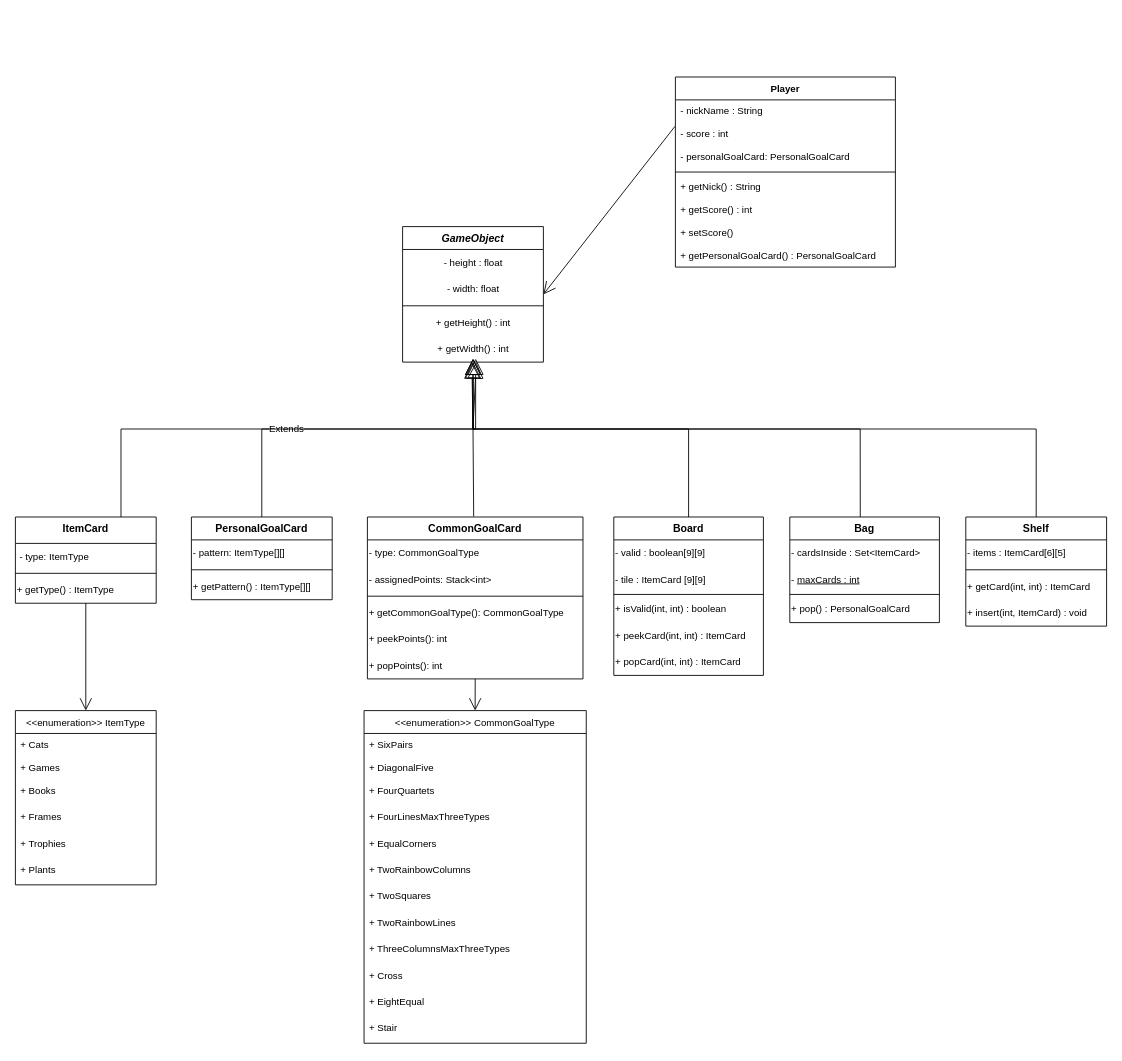
This is src/main/resources/uml.drawio from AndreaTorti-01/ing-sw-2023-torti-vigano-valtolina-vokrri, a draw.io file, before an edit. Source tidied: cells renumbered, new cells numbered last; positions are measured from the earlier drawing's top-left corner, leaving out a move shared by most shapes. Both pictures are drawn from the tidied source at 88%, with x=0, y=0 at pixel (15, 77).
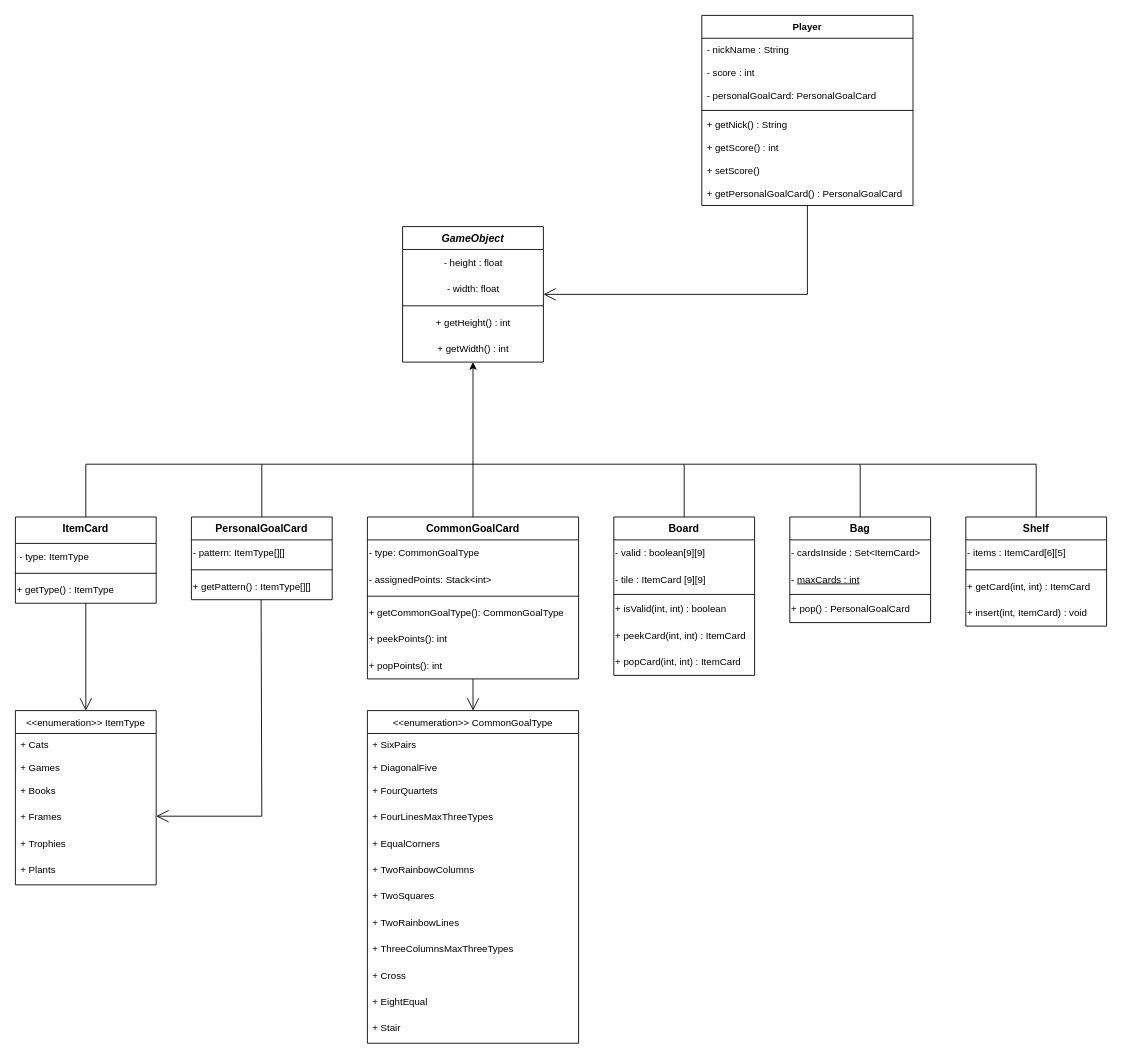
After the change.

The change refers to these unchanged cells:
```xml
<mxCell id="2" value="GameObject" style="swimlane;fontStyle=3;align=center;verticalAlign=top;horizontal=1;startSize=26;rounded=0;shadow=0;strokeWidth=1;" parent="1" vertex="1">
  <mxGeometry x="440" y="170" width="160" height="154" as="geometry" />
</mxCell>
<mxCell id="7" value="+ getWidth() : int" style="text;html=1;align=center;verticalAlign=middle;points=[];strokeColor=none;fillColor=none;fontSize=11;" parent="2" vertex="1">
  <mxGeometry y="124" width="160" height="30" as="geometry" />
</mxCell>
<mxCell id="8" value="PersonalGoalCard" style="swimlane;fontStyle=1;align=center;verticalAlign=top;horizontal=1;startSize=26;" parent="1" vertex="1">
  <mxGeometry x="200" y="500" width="160" height="94" as="geometry" />
</mxCell>
<mxCell id="11" value="+ getPattern() : ItemType[][]" style="text;html=1;align=left;verticalAlign=middle;points=[];strokeColor=none;fillColor=none;fontSize=11;" parent="8" vertex="1">
  <mxGeometry y="64" width="160" height="30" as="geometry" />
</mxCell>
<mxCell id="24" value="Shelf" style="swimlane;fontStyle=1;align=center;verticalAlign=top;horizontal=1;startSize=26;" parent="1" vertex="1">
  <mxGeometry x="1080" y="500" width="160" height="124" as="geometry" />
</mxCell>
<mxCell id="29" value="ItemCard" style="swimlane;fontStyle=1;align=center;verticalAlign=top;horizontal=1;startSize=30;" parent="1" vertex="1">
  <mxGeometry y="500" width="160" height="98" as="geometry" />
</mxCell>
```

The edit, as a diff of the source:
```diff
@@
     <mxCell id="12" value="Board" style="swimlane;fontStyle=1;align=center;verticalAlign=top;horizontal=1;startSize=26;" parent="1" vertex="1">
-      <mxGeometry x="680" y="500" width="170" height="180" as="geometry" />
+      <mxGeometry x="680" y="500" width="160" height="180" as="geometry" />
     </mxCell>
     <mxCell id="13" value="- valid : boolean[9][9]" style="text;html=1;align=left;verticalAlign=middle;strokeColor=none;fillColor=none;fontSize=11;" parent="12" vertex="1">
-      <mxGeometry y="26" width="170" height="30" as="geometry" />
+      <mxGeometry y="26" width="160" height="30" as="geometry" />
     </mxCell>
     <mxCell id="14" value="- tile : ItemCard [9][9]" style="text;html=1;align=left;verticalAlign=middle;strokeColor=none;fillColor=none;fontSize=11;" parent="12" vertex="1">
-      <mxGeometry y="56" width="170" height="30" as="geometry" />
+      <mxGeometry y="56" width="160" height="30" as="geometry" />
     </mxCell>
     <mxCell id="15" style="line;strokeWidth=1;fillColor=none;align=left;verticalAlign=middle;spacingTop=-1;spacingLeft=3;spacingRight=3;labelPosition=right;strokeColor=inherit;" parent="12" vertex="1">
-      <mxGeometry y="86" width="170" height="4" as="geometry" />
+      <mxGeometry y="86" width="160" height="4" as="geometry" />
     </mxCell>
     <mxCell id="16" value="+ isValid(int, int) : boolean" style="text;html=1;align=left;verticalAlign=middle;strokeColor=none;fillColor=none;fontSize=11;" parent="12" vertex="1">
-      <mxGeometry y="90" width="170" height="30" as="geometry" />
+      <mxGeometry y="90" width="160" height="30" as="geometry" />
     </mxCell>
     <mxCell id="17" value="+ peekCard(int, int) : ItemCard" style="text;html=1;align=left;verticalAlign=middle;strokeColor=none;fillColor=none;fontSize=11;" parent="12" vertex="1">
-      <mxGeometry y="120" width="170" height="30" as="geometry" />
+      <mxGeometry y="120" width="160" height="30" as="geometry" />
     </mxCell>
     <mxCell id="18" value="+ popCard(int, int) : ItemCard" style="text;html=1;align=left;verticalAlign=middle;strokeColor=none;fillColor=none;fontSize=11;" parent="12" vertex="1">
-      <mxGeometry y="150" width="170" height="30" as="geometry" />
+      <mxGeometry y="150" width="160" height="30" as="geometry" />
     </mxCell>
     <mxCell id="19" value="Bag" style="swimlane;fontStyle=1;align=center;verticalAlign=top;horizontal=1;startSize=26;" parent="1" vertex="1">
-      <mxGeometry x="880" y="500" width="170" height="120" as="geometry" />
+      <mxGeometry x="880" y="500" width="160" height="120" as="geometry" />
     </mxCell>
     <mxCell id="20" value="- cardsInside : Set&amp;lt;ItemCard&amp;gt;" style="text;html=1;align=left;verticalAlign=middle;strokeColor=none;fillColor=none;fontSize=11;" parent="19" vertex="1">
-      <mxGeometry y="26" width="170" height="30" as="geometry" />
+      <mxGeometry y="26" width="160" height="30" as="geometry" />
     </mxCell>
     <mxCell id="21" value="- &lt;u&gt;maxCards : int&lt;/u&gt;" style="text;html=1;align=left;verticalAlign=middle;strokeColor=none;fillColor=none;fontSize=11;" parent="19" vertex="1">
-      <mxGeometry y="56" width="170" height="30" as="geometry" />
+      <mxGeometry y="56" width="160" height="30" as="geometry" />
     </mxCell>
     <mxCell id="22" style="line;strokeWidth=1;fillColor=none;align=left;verticalAlign=middle;spacingTop=-1;spacingLeft=3;spacingRight=3;labelPosition=right;strokeColor=inherit;" parent="19" vertex="1">
-      <mxGeometry y="86" width="170" height="4" as="geometry" />
+      <mxGeometry y="86" width="160" height="4" as="geometry" />
     </mxCell>
     <mxCell id="23" value="+ pop() : PersonalGoalCard" style="text;html=1;align=left;verticalAlign=middle;strokeColor=none;fillColor=none;fontSize=11;" parent="19" vertex="1">
-      <mxGeometry y="90" width="170" height="30" as="geometry" />
+      <mxGeometry y="90" width="160" height="30" as="geometry" />
     </mxCell>
@@
     <mxCell id="33" value="CommonGoalCard" style="swimlane;fontStyle=1;align=center;verticalAlign=top;horizontal=1;startSize=26;" parent="1" vertex="1">
-      <mxGeometry x="400" y="500" width="245" height="184" as="geometry" />
+      <mxGeometry x="400" y="500" width="240" height="184" as="geometry" />
     </mxCell>
     <mxCell id="34" value="- type: CommonGoalType" style="text;html=1;align=left;verticalAlign=middle;strokeColor=none;fillColor=none;fontSize=11;" parent="33" vertex="1">
-      <mxGeometry y="26" width="245" height="30" as="geometry" />
+      <mxGeometry y="26" width="240" height="30" as="geometry" />
     </mxCell>
     <mxCell id="35" value="- assignedPoints: Stack&amp;lt;int&amp;gt;" style="text;html=1;align=left;verticalAlign=middle;strokeColor=none;fillColor=none;fontSize=11;" parent="33" vertex="1">
-      <mxGeometry y="56" width="245" height="30" as="geometry" />
+      <mxGeometry y="56" width="240" height="30" as="geometry" />
     </mxCell>
     <mxCell id="36" style="line;strokeWidth=1;fillColor=none;align=left;verticalAlign=middle;spacingTop=-1;spacingLeft=3;spacingRight=3;labelPosition=right;strokeColor=inherit;" parent="33" vertex="1">
-      <mxGeometry y="86" width="245" height="8" as="geometry" />
+      <mxGeometry y="86" width="240" height="8" as="geometry" />
     </mxCell>
     <mxCell id="37" value="+ getCommonGoalType(): CommonGoalType" style="text;html=1;align=left;verticalAlign=middle;strokeColor=none;fillColor=none;fontSize=11;" parent="33" vertex="1">
-      <mxGeometry y="94" width="245" height="30" as="geometry" />
+      <mxGeometry y="94" width="240" height="30" as="geometry" />
     </mxCell>
     <mxCell id="38" value="+ peekPoints(): int" style="text;html=1;align=left;verticalAlign=middle;strokeColor=none;fillColor=none;fontSize=11;" parent="33" vertex="1">
-      <mxGeometry y="124" width="245" height="30" as="geometry" />
+      <mxGeometry y="124" width="240" height="30" as="geometry" />
     </mxCell>
     <mxCell id="39" value="+ popPoints(): int" style="text;html=1;align=left;verticalAlign=middle;strokeColor=none;fillColor=none;fontSize=11;" parent="33" vertex="1">
-      <mxGeometry y="154" width="245" height="30" as="geometry" />
+      <mxGeometry y="154" width="240" height="30" as="geometry" />
     </mxCell>
@@
     <mxCell id="48" value="&lt;&lt;enumeration&gt;&gt; CommonGoalType" style="swimlane;fontStyle=0;horizontal=1;startSize=26;fillColor=none;fontSize=11;" parent="1" vertex="1">
-      <mxGeometry x="396.2" y="720" width="252.5" height="378" as="geometry" />
+      <mxGeometry x="400" y="720" width="240" height="378" as="geometry" />
     </mxCell>
     <mxCell id="49" value="+ SixPairs" style="text;strokeColor=none;fillColor=none;align=left;verticalAlign=top;spacingLeft=4;spacingRight=4;overflow=hidden;fontSize=11;" parent="48" vertex="1">
-      <mxGeometry y="26" width="252.5" height="26" as="geometry" />
+      <mxGeometry y="26" width="240" height="26" as="geometry" />
     </mxCell>
     <mxCell id="50" value="+ DiagonalFive" style="text;strokeColor=none;fillColor=none;align=left;verticalAlign=top;spacingLeft=4;spacingRight=4;overflow=hidden;fontSize=11;" parent="48" vertex="1">
-      <mxGeometry y="52" width="252.5" height="26" as="geometry" />
+      <mxGeometry y="52" width="240" height="26" as="geometry" />
     </mxCell>
     <mxCell id="51" value="+ FourQuartets" style="text;strokeColor=none;fillColor=none;align=left;verticalAlign=top;spacingLeft=4;spacingRight=4;overflow=hidden;fontSize=11;" parent="48" vertex="1">
-      <mxGeometry y="78" width="252.5" height="30" as="geometry" />
+      <mxGeometry y="78" width="240" height="30" as="geometry" />
     </mxCell>
     <mxCell id="52" value="+ FourLinesMaxThreeTypes" style="text;strokeColor=none;fillColor=none;align=left;verticalAlign=top;spacingLeft=4;spacingRight=4;overflow=hidden;fontSize=11;" parent="48" vertex="1">
-      <mxGeometry y="108" width="252.5" height="30" as="geometry" />
+      <mxGeometry y="108" width="240" height="30" as="geometry" />
     </mxCell>
     <mxCell id="53" value="+ EqualCorners" style="text;strokeColor=none;fillColor=none;align=left;verticalAlign=top;spacingLeft=4;spacingRight=4;overflow=hidden;fontSize=11;" parent="48" vertex="1">
-      <mxGeometry y="138" width="252.5" height="30" as="geometry" />
+      <mxGeometry y="138" width="240" height="30" as="geometry" />
     </mxCell>
     <mxCell id="54" value="+ TwoRainbowColumns" style="text;strokeColor=none;fillColor=none;align=left;verticalAlign=top;spacingLeft=4;spacingRight=4;overflow=hidden;fontSize=11;" parent="48" vertex="1">
-      <mxGeometry y="168" width="252.5" height="30" as="geometry" />
+      <mxGeometry y="168" width="240" height="30" as="geometry" />
     </mxCell>
     <mxCell id="55" value="+ TwoSquares" style="text;strokeColor=none;fillColor=none;align=left;verticalAlign=top;spacingLeft=4;spacingRight=4;overflow=hidden;fontSize=11;" parent="48" vertex="1">
-      <mxGeometry y="198" width="252.5" height="30" as="geometry" />
+      <mxGeometry y="198" width="240" height="30" as="geometry" />
     </mxCell>
     <mxCell id="56" value="+ TwoRainbowLines" style="text;strokeColor=none;fillColor=none;align=left;verticalAlign=top;spacingLeft=4;spacingRight=4;overflow=hidden;fontSize=11;" parent="48" vertex="1">
-      <mxGeometry y="228" width="252.5" height="30" as="geometry" />
+      <mxGeometry y="228" width="240" height="30" as="geometry" />
     </mxCell>
     <mxCell id="57" value="+ ThreeColumnsMaxThreeTypes" style="text;strokeColor=none;fillColor=none;align=left;verticalAlign=top;spacingLeft=4;spacingRight=4;overflow=hidden;fontSize=11;" parent="48" vertex="1">
-      <mxGeometry y="258" width="252.5" height="30" as="geometry" />
+      <mxGeometry y="258" width="240" height="30" as="geometry" />
     </mxCell>
     <mxCell id="58" value="+ Cross" style="text;strokeColor=none;fillColor=none;align=left;verticalAlign=top;spacingLeft=4;spacingRight=4;overflow=hidden;fontSize=11;" parent="48" vertex="1">
-      <mxGeometry y="288" width="252.5" height="30" as="geometry" />
+      <mxGeometry y="288" width="240" height="30" as="geometry" />
     </mxCell>
     <mxCell id="59" value="+ EightEqual" style="text;strokeColor=none;fillColor=none;align=left;verticalAlign=top;spacingLeft=4;spacingRight=4;overflow=hidden;fontSize=11;" parent="48" vertex="1">
-      <mxGeometry y="318" width="252.5" height="30" as="geometry" />
+      <mxGeometry y="318" width="240" height="30" as="geometry" />
     </mxCell>
     <mxCell id="60" value="+ Stair" style="text;strokeColor=none;fillColor=none;align=left;verticalAlign=top;spacingLeft=4;spacingRight=4;overflow=hidden;fontSize=11;" parent="48" vertex="1">
-      <mxGeometry y="348" width="252.5" height="30" as="geometry" />
+      <mxGeometry y="348" width="240" height="30" as="geometry" />
     </mxCell>
@@
-    <mxCell id="62" style="endArrow=open;endFill=1;endSize=12;html=1;rounded=0;strokeColor=default;fontSize=11;entryX=1;entryY=0.5;entryDx=0;entryDy=0;exitX=-0.002;exitY=0.157;exitDx=0;exitDy=0;exitPerimeter=0;" parent="1" edge="1" source="65" target="2">
-      <mxGeometry relative="1" as="geometry" />
-    </mxCell>
     <mxCell id="63" value="Player" style="swimlane;fontStyle=1;align=center;verticalAlign=top;horizontal=1;startSize=26;fontSize=11;" parent="1" vertex="1">
-      <mxGeometry x="750" width="250" height="216" as="geometry" />
+      <mxGeometry x="780" y="-70" width="240" height="216" as="geometry" />
     </mxCell>
     <mxCell id="64" value="- nickName : String" style="text;strokeColor=none;fillColor=none;align=left;verticalAlign=top;spacingLeft=4;spacingRight=4;overflow=hidden;fontSize=11;" parent="63" vertex="1">
-      <mxGeometry y="26" width="250" height="26" as="geometry" />
+      <mxGeometry y="26" width="240" height="26" as="geometry" />
     </mxCell>
     <mxCell id="65" value="- score : int" style="text;strokeColor=none;fillColor=none;align=left;verticalAlign=top;spacingLeft=4;spacingRight=4;overflow=hidden;points=[[0,0.5],[1,0.5]];portConstraint=eastwest;fontSize=11;" parent="63" vertex="1">
-      <mxGeometry y="52" width="250" height="26" as="geometry" />
+      <mxGeometry y="52" width="240" height="26" as="geometry" />
     </mxCell>
     <mxCell id="66" value="- personalGoalCard: PersonalGoalCard" style="text;strokeColor=none;fillColor=none;align=left;verticalAlign=top;spacingLeft=4;spacingRight=4;overflow=hidden;fontSize=11;" parent="63" vertex="1">
-      <mxGeometry y="78" width="250" height="26" as="geometry" />
+      <mxGeometry y="78" width="240" height="26" as="geometry" />
     </mxCell>
     <mxCell id="67" style="line;strokeWidth=1;fillColor=none;align=left;verticalAlign=middle;spacingTop=-1;spacingLeft=3;spacingRight=3;labelPosition=right;strokeColor=inherit;fontSize=11;" parent="63" vertex="1">
-      <mxGeometry y="104" width="250" height="8" as="geometry" />
+      <mxGeometry y="104" width="240" height="8" as="geometry" />
     </mxCell>
     <mxCell id="68" value="+ getNick() : String" style="text;strokeColor=none;fillColor=none;align=left;verticalAlign=top;spacingLeft=4;spacingRight=4;overflow=hidden;fontSize=11;" parent="63" vertex="1">
-      <mxGeometry y="112" width="250" height="26" as="geometry" />
+      <mxGeometry y="112" width="240" height="26" as="geometry" />
     </mxCell>
     <mxCell id="69" value="+ getScore() : int" style="text;strokeColor=none;fillColor=none;align=left;verticalAlign=top;spacingLeft=4;spacingRight=4;overflow=hidden;fontSize=11;" parent="63" vertex="1">
-      <mxGeometry y="138" width="250" height="26" as="geometry" />
+      <mxGeometry y="138" width="240" height="26" as="geometry" />
     </mxCell>
     <mxCell id="70" value="+ setScore()" style="text;strokeColor=none;fillColor=none;align=left;verticalAlign=top;spacingLeft=4;spacingRight=4;overflow=hidden;fontSize=11;" parent="63" vertex="1">
-      <mxGeometry y="164" width="250" height="26" as="geometry" />
+      <mxGeometry y="164" width="240" height="26" as="geometry" />
     </mxCell>
     <mxCell id="71" value="+ getPersonalGoalCard() : PersonalGoalCard" style="text;strokeColor=none;fillColor=none;align=left;verticalAlign=top;spacingLeft=4;spacingRight=4;overflow=hidden;fontSize=11;" parent="63" vertex="1">
-      <mxGeometry y="190" width="250" height="26" as="geometry" />
+      <mxGeometry y="190" width="240" height="26" as="geometry" />
     </mxCell>
-    <mxCell id="72" value="Extends" style="endArrow=block;endSize=16;endFill=0;html=1;rounded=0;exitX=0.75;exitY=0;exitDx=0;exitDy=0;" parent="1" edge="1" source="29" target="7">
-      <mxGeometry relative="1" as="geometry">
-        <Array as="points">
-          <mxPoint x="120" y="400" />
-          <mxPoint x="520" y="400" />
-        </Array>
-      </mxGeometry>
-    </mxCell>
-    <mxCell id="73" style="endArrow=block;endSize=16;endFill=0;html=1;rounded=0;exitX=0.5;exitY=0;exitDx=0;exitDy=0;entryX=0.492;entryY=1.006;entryDx=0;entryDy=0;entryPerimeter=0;" parent="1" edge="1" source="8" target="7">
-      <mxGeometry x="-0.37" y="120" relative="1" as="geometry">
-        <Array as="points">
-          <mxPoint x="280" y="400" />
-          <mxPoint x="520" y="400" />
-        </Array>
-      </mxGeometry>
-    </mxCell>
-    <mxCell id="74" style="endArrow=block;endSize=16;endFill=0;html=1;rounded=0;exitX=0.493;exitY=-0.003;exitDx=0;exitDy=0;exitPerimeter=0;" parent="1" edge="1" source="33">
-      <mxGeometry x="-0.37" y="120" relative="1" as="geometry">
-        <mxPoint x="523" y="320" as="targetPoint" />
-        <Array as="points">
-          <mxPoint x="520" y="400" />
-          <mxPoint x="523" y="400" />
-        </Array>
-      </mxGeometry>
-    </mxCell>
-    <mxCell id="75" style="endArrow=block;endSize=16;endFill=0;html=1;rounded=0;exitX=0.5;exitY=0;exitDx=0;exitDy=0;" parent="1" edge="1" source="12">
-      <mxGeometry x="-0.37" y="120" relative="1" as="geometry">
-        <mxPoint x="520" y="320" as="targetPoint" />
-        <Array as="points">
-          <mxPoint x="765" y="400" />
-          <mxPoint x="520" y="400" />
-        </Array>
-      </mxGeometry>
-    </mxCell>
-    <mxCell id="76" style="endArrow=block;endSize=16;endFill=0;html=1;rounded=0;exitX=0.5;exitY=0;exitDx=0;exitDy=0;entryX=0.523;entryY=1.006;entryDx=0;entryDy=0;entryPerimeter=0;" parent="1" edge="1" source="24" target="7">
-      <mxGeometry x="-0.37" y="120" relative="1" as="geometry">
-        <Array as="points">
-          <mxPoint x="1160" y="400" />
-          <mxPoint x="520" y="400" />
-        </Array>
-      </mxGeometry>
-    </mxCell>
-    <mxCell id="77" style="endArrow=block;endSize=16;endFill=0;html=1;rounded=0;exitX=0.471;exitY=0;exitDx=0;exitDy=0;exitPerimeter=0;" parent="1" edge="1" source="19">
-      <mxGeometry x="-0.37" y="120" relative="1" as="geometry">
-        <mxPoint x="520" y="320" as="targetPoint" />
-        <Array as="points">
-          <mxPoint x="960" y="400" />
-          <mxPoint x="520" y="400" />
-        </Array>
-      </mxGeometry>
-    </mxCell>
+    <mxCell id="78" style="endArrow=open;endFill=1;endSize=12;html=1;rounded=0;exitX=0.495;exitY=1;exitDx=0;exitDy=0;exitPerimeter=0;" parent="1" edge="1" source="11">
+      <mxGeometry relative="1" as="geometry">
+        <mxPoint x="160" y="840" as="targetPoint" />
+        <Array as="points">
+          <mxPoint x="280" y="840" />
+        </Array>
+      </mxGeometry>
+    </mxCell>
+    <mxCell id="79" style="endArrow=classic;html=1;rounded=0;exitX=0.5;exitY=0;exitDx=0;exitDy=0;" parent="1" edge="1" source="33" target="2">
+      <mxGeometry relative="1" as="geometry" />
+    </mxCell>
+    <mxCell id="80" style="endArrow=none;html=1;rounded=0;exitX=0.5;exitY=0;exitDx=0;exitDy=0;" parent="1" edge="1" source="8">
+      <mxGeometry relative="1" as="geometry">
+        <mxPoint x="520" y="440" as="targetPoint" />
+        <Array as="points">
+          <mxPoint x="280" y="440" />
+        </Array>
+      </mxGeometry>
+    </mxCell>
+    <mxCell id="81" style="endArrow=none;html=1;rounded=0;exitX=0.5;exitY=0;exitDx=0;exitDy=0;" parent="1" edge="1" source="29">
+      <mxGeometry relative="1" as="geometry">
+        <mxPoint x="280" y="440" as="targetPoint" />
+        <Array as="points">
+          <mxPoint x="80" y="440" />
+        </Array>
+      </mxGeometry>
+    </mxCell>
+    <mxCell id="82" style="endArrow=none;html=1;rounded=0;exitX=0.5;exitY=0;exitDx=0;exitDy=0;" parent="1" edge="1" source="12">
+      <mxGeometry relative="1" as="geometry">
+        <mxPoint x="520" y="440" as="targetPoint" />
+        <Array as="points">
+          <mxPoint x="760" y="440" />
+        </Array>
+      </mxGeometry>
+    </mxCell>
+    <mxCell id="83" style="endArrow=none;html=1;rounded=0;exitX=0.5;exitY=0;exitDx=0;exitDy=0;" parent="1" edge="1" source="19">
+      <mxGeometry relative="1" as="geometry">
+        <mxPoint x="760" y="440" as="targetPoint" />
+        <Array as="points">
+          <mxPoint x="960" y="440" />
+        </Array>
+      </mxGeometry>
+    </mxCell>
+    <mxCell id="84" style="endArrow=none;html=1;rounded=0;entryX=0.5;entryY=0;entryDx=0;entryDy=0;" parent="1" edge="1" target="24">
+      <mxGeometry relative="1" as="geometry">
+        <mxPoint x="960" y="440" as="sourcePoint" />
+        <Array as="points">
+          <mxPoint x="1160" y="440" />
+        </Array>
+      </mxGeometry>
+    </mxCell>
+    <mxCell id="85" style="endArrow=open;endFill=1;endSize=12;html=1;rounded=0;" parent="1" edge="1" source="63" target="2">
+      <mxGeometry relative="1" as="geometry">
+        <Array as="points">
+          <mxPoint x="900" y="247" />
+        </Array>
+      </mxGeometry>
+    </mxCell>
```
